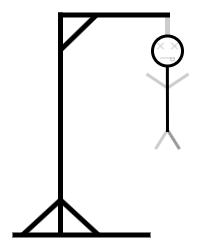
This is Hangman6.png from CubezPlayer/Discord-Bot, a draw.io export, as it was before one commit. Source tidied: cells renumbered, new cells last; positions are measured from the earlier drawing's top-left corner, leaving out a move shared by most shapes. Its diagram source:
```xml
<mxGraphModel>
  <root>
    <mxCell id="0" />
    <mxCell id="1" parent="0" />
    <mxCell id="2" style="endArrow=none;html=1;rounded=0;strokeWidth=3;strokeColor=#999999;" parent="1" edge="1">
      <mxGeometry relative="1" as="geometry">
        <mxPoint x="155" y="117.5" as="sourcePoint" />
        <mxPoint x="167" y="136.5" as="targetPoint" />
      </mxGeometry>
    </mxCell>
    <mxCell id="3" style="endArrow=none;html=1;rounded=0;strokeWidth=3;strokeColor=#CCCCCC;" parent="1" edge="1">
      <mxGeometry relative="1" as="geometry">
        <mxPoint x="155" y="117.5" as="sourcePoint" />
        <mxPoint x="143" y="136.5" as="targetPoint" />
      </mxGeometry>
    </mxCell>
    <mxCell id="4" style="endArrow=none;html=1;rounded=0;strokeWidth=3;strokeColor=#CCCCCC;" parent="1" edge="1">
      <mxGeometry relative="1" as="geometry">
        <mxPoint x="155" y="75.5" as="sourcePoint" />
        <mxPoint x="176" y="61.5" as="targetPoint" />
      </mxGeometry>
    </mxCell>
    <mxCell id="5" style="endArrow=none;html=1;rounded=0;strokeWidth=3;strokeColor=#CCCCCC;" parent="1" edge="1">
      <mxGeometry relative="1" as="geometry">
        <mxPoint x="155" y="75.5" as="sourcePoint" />
        <mxPoint x="134" y="61.5" as="targetPoint" />
      </mxGeometry>
    </mxCell>
    <mxCell id="6" style="endArrow=none;html=1;rounded=0;strokeWidth=5;" parent="1" edge="1">
      <mxGeometry relative="1" as="geometry">
        <mxPoint y="222.5" as="sourcePoint" />
        <mxPoint x="138" y="222.5" as="targetPoint" />
      </mxGeometry>
    </mxCell>
    <mxCell id="7" style="endArrow=none;html=1;rounded=0;strokeWidth=5;" parent="1" edge="1">
      <mxGeometry relative="1" as="geometry">
        <mxPoint x="48" as="sourcePoint" />
        <mxPoint x="48" y="222.5" as="targetPoint" />
      </mxGeometry>
    </mxCell>
    <mxCell id="8" style="endArrow=none;html=1;rounded=0;strokeWidth=5;strokeColor=#CCCCCC;" parent="1" edge="1">
      <mxGeometry relative="1" as="geometry">
        <mxPoint x="155" y="2.5" as="sourcePoint" />
        <mxPoint x="155" y="22.5" as="targetPoint" />
      </mxGeometry>
    </mxCell>
    <mxCell id="9" style="endArrow=none;html=1;rounded=0;strokeWidth=5;" parent="1" edge="1">
      <mxGeometry relative="1" as="geometry">
        <mxPoint x="46" y="2.5" as="sourcePoint" />
        <mxPoint x="157.5" y="2.5" as="targetPoint" />
      </mxGeometry>
    </mxCell>
    <mxCell id="10" style="ellipse;whiteSpace=wrap;html=1;strokeWidth=3;fillColor=none;" parent="1" vertex="1">
      <mxGeometry x="140" y="23.5" width="30" height="30" as="geometry" />
    </mxCell>
    <mxCell id="11" style="endArrow=none;html=1;rounded=0;strokeWidth=3;" parent="1" edge="1">
      <mxGeometry relative="1" as="geometry">
        <mxPoint x="155" y="119.5" as="sourcePoint" />
        <mxPoint x="154.9" y="53.5" as="targetPoint" />
      </mxGeometry>
    </mxCell>
    <mxCell id="12" style="group;rotation=-45;" parent="1" vertex="1">
      <mxGeometry x="144" y="29.5" width="8" height="8" as="geometry" />
    </mxCell>
    <mxCell id="13" style="endArrow=none;html=1;rounded=0;strokeColor=#CCCCCC;" parent="12" edge="1">
      <mxGeometry relative="1" as="geometry">
        <mxPoint x="7" y="7" as="sourcePoint" />
        <mxPoint x="1" y="1" as="targetPoint" />
      </mxGeometry>
    </mxCell>
    <mxCell id="14" style="endArrow=none;html=1;rounded=0;strokeColor=#CCCCCC;" parent="12" edge="1">
      <mxGeometry relative="1" as="geometry">
        <mxPoint x="7" y="1" as="sourcePoint" />
        <mxPoint x="1" y="7" as="targetPoint" />
      </mxGeometry>
    </mxCell>
    <mxCell id="15" style="group;rotation=-45;" parent="1" vertex="1">
      <mxGeometry x="158" y="29.5" width="8" height="8" as="geometry" />
    </mxCell>
    <mxCell id="16" style="endArrow=none;html=1;rounded=0;strokeColor=#CCCCCC;" parent="15" edge="1">
      <mxGeometry relative="1" as="geometry">
        <mxPoint x="7" y="7" as="sourcePoint" />
        <mxPoint x="1" y="1" as="targetPoint" />
      </mxGeometry>
    </mxCell>
    <mxCell id="17" style="endArrow=none;html=1;rounded=0;strokeColor=#CCCCCC;" parent="15" edge="1">
      <mxGeometry relative="1" as="geometry">
        <mxPoint x="7" y="1" as="sourcePoint" />
        <mxPoint x="1" y="7" as="targetPoint" />
      </mxGeometry>
    </mxCell>
    <mxCell id="18" style="endArrow=none;html=1;rounded=1;curved=0;strokeColor=#CCCCCC;" parent="1" edge="1">
      <mxGeometry relative="1" as="geometry">
        <mxPoint x="147.5" y="45.5" as="sourcePoint" />
        <mxPoint x="162.5" y="45.5" as="targetPoint" />
      </mxGeometry>
    </mxCell>
    <mxCell id="19" style="shape=or;whiteSpace=wrap;html=1;rotation=90;fillColor=none;strokeColor=#CCCCCC;" parent="1" vertex="1">
      <mxGeometry x="158.5" y="45" width="3" height="4" as="geometry" />
    </mxCell>
    <mxCell id="20" style="endArrow=none;html=1;rounded=0;strokeWidth=5;" parent="1" edge="1">
      <mxGeometry relative="1" as="geometry">
        <mxPoint x="84" y="2.5" as="sourcePoint" />
        <mxPoint x="48" y="37.5" as="targetPoint" />
      </mxGeometry>
    </mxCell>
    <mxCell id="21" style="endArrow=none;html=1;rounded=0;strokeWidth=5;" parent="1" edge="1">
      <mxGeometry relative="1" as="geometry">
        <mxPoint x="48" y="187.5" as="sourcePoint" />
        <mxPoint x="86" y="222.5" as="targetPoint" />
      </mxGeometry>
    </mxCell>
    <mxCell id="22" style="endArrow=none;html=1;rounded=0;strokeWidth=5;" parent="1" edge="1">
      <mxGeometry relative="1" as="geometry">
        <mxPoint x="10" y="222.5" as="sourcePoint" />
        <mxPoint x="48" y="187.5" as="targetPoint" />
      </mxGeometry>
    </mxCell>
  </root>
</mxGraphModel>
```
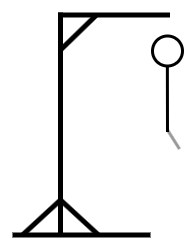
After the change.

What changed in the source:
```diff
@@ -2,119 +2,56 @@
   <root>
     <mxCell id="0" />
     <mxCell id="1" parent="0" />
-    <mxCell id="2" style="endArrow=none;html=1;rounded=0;strokeWidth=3;strokeColor=#999999;" parent="1" edge="1">
-      <mxGeometry relative="1" as="geometry">
-        <mxPoint x="155" y="117.5" as="sourcePoint" />
-        <mxPoint x="167" y="136.5" as="targetPoint" />
-      </mxGeometry>
+    <mxCell id="2" style="ellipse;whiteSpace=wrap;html=1;strokeWidth=3;fillColor=none;" parent="1" vertex="1">
+      <mxGeometry x="140" y="23.5" width="30" height="30" as="geometry" />
     </mxCell>
-    <mxCell id="3" style="endArrow=none;html=1;rounded=0;strokeWidth=3;strokeColor=#CCCCCC;" parent="1" edge="1">
+    <mxCell id="3" style="endArrow=none;html=1;rounded=0;strokeWidth=3;strokeColor=#999999;" parent="1" edge="1">
       <mxGeometry relative="1" as="geometry">
         <mxPoint x="155" y="117.5" as="sourcePoint" />
-        <mxPoint x="143" y="136.5" as="targetPoint" />
+        <mxPoint x="167" y="136.5" as="targetPoint" />
       </mxGeometry>
     </mxCell>
-    <mxCell id="4" style="endArrow=none;html=1;rounded=0;strokeWidth=3;strokeColor=#CCCCCC;" parent="1" edge="1">
+    <mxCell id="4" style="endArrow=none;html=1;rounded=0;strokeWidth=5;" parent="1" edge="1">
       <mxGeometry relative="1" as="geometry">
-        <mxPoint x="155" y="75.5" as="sourcePoint" />
-        <mxPoint x="176" y="61.5" as="targetPoint" />
+        <mxPoint y="222.5" as="sourcePoint" />
+        <mxPoint x="138" y="222.5" as="targetPoint" />
       </mxGeometry>
     </mxCell>
-    <mxCell id="5" style="endArrow=none;html=1;rounded=0;strokeWidth=3;strokeColor=#CCCCCC;" parent="1" edge="1">
+    <mxCell id="5" style="endArrow=none;html=1;rounded=0;strokeWidth=5;" parent="1" edge="1">
       <mxGeometry relative="1" as="geometry">
-        <mxPoint x="155" y="75.5" as="sourcePoint" />
-        <mxPoint x="134" y="61.5" as="targetPoint" />
+        <mxPoint x="48" as="sourcePoint" />
+        <mxPoint x="48" y="222.5" as="targetPoint" />
       </mxGeometry>
     </mxCell>
     <mxCell id="6" style="endArrow=none;html=1;rounded=0;strokeWidth=5;" parent="1" edge="1">
       <mxGeometry relative="1" as="geometry">
-        <mxPoint y="222.5" as="sourcePoint" />
-        <mxPoint x="138" y="222.5" as="targetPoint" />
+        <mxPoint x="46" y="2.5" as="sourcePoint" />
+        <mxPoint x="157.5" y="2.5" as="targetPoint" />
       </mxGeometry>
     </mxCell>
-    <mxCell id="7" style="endArrow=none;html=1;rounded=0;strokeWidth=5;" parent="1" edge="1">
+    <mxCell id="7" style="endArrow=none;html=1;rounded=0;strokeWidth=3;" parent="1" edge="1">
       <mxGeometry relative="1" as="geometry">
-        <mxPoint x="48" as="sourcePoint" />
-        <mxPoint x="48" y="222.5" as="targetPoint" />
+        <mxPoint x="155" y="119.5" as="sourcePoint" />
+        <mxPoint x="154.9" y="53.5" as="targetPoint" />
       </mxGeometry>
     </mxCell>
-    <mxCell id="8" style="endArrow=none;html=1;rounded=0;strokeWidth=5;strokeColor=#CCCCCC;" parent="1" edge="1">
+    <mxCell id="8" style="endArrow=none;html=1;rounded=0;strokeWidth=5;" parent="1" edge="1">
       <mxGeometry relative="1" as="geometry">
-        <mxPoint x="155" y="2.5" as="sourcePoint" />
-        <mxPoint x="155" y="22.5" as="targetPoint" />
+        <mxPoint x="84" y="2.5" as="sourcePoint" />
+        <mxPoint x="48" y="37.5" as="targetPoint" />
       </mxGeometry>
     </mxCell>
     <mxCell id="9" style="endArrow=none;html=1;rounded=0;strokeWidth=5;" parent="1" edge="1">
       <mxGeometry relative="1" as="geometry">
-        <mxPoint x="46" y="2.5" as="sourcePoint" />
-        <mxPoint x="157.5" y="2.5" as="targetPoint" />
+        <mxPoint x="48" y="187.5" as="sourcePoint" />
+        <mxPoint x="86" y="222.5" as="targetPoint" />
       </mxGeometry>
     </mxCell>
-    <mxCell id="10" style="ellipse;whiteSpace=wrap;html=1;strokeWidth=3;fillColor=none;" parent="1" vertex="1">
-      <mxGeometry x="140" y="23.5" width="30" height="30" as="geometry" />
+    <mxCell id="10" style="endArrow=none;html=1;rounded=0;strokeWidth=5;" parent="1" edge="1">
+      <mxGeometry relative="1" as="geometry">
+        <mxPoint x="10" y="222.5" as="sourcePoint" />
+        <mxPoint x="48" y="187.5" as="targetPoint" />
+      </mxGeometry>
     </mxCell>
-    <mxCell id="11" style="endArrow=none;html=1;rounded=0;strokeWidth=3;" parent="1" edge="1">
-      <mxGeometry relative="1" as="geometry">
-        <mxPoint x="155" y="119.5" as="sourcePoint" />
-        <mxPoint x="154.9" y="53.5" as="targetPoint" />
-      </mxGeometry>
-    </mxCell>
-    <mxCell id="12" style="group;rotation=-45;" parent="1" vertex="1">
-      <mxGeometry x="144" y="29.5" width="8" height="8" as="geometry" />
-    </mxCell>
-    <mxCell id="13" style="endArrow=none;html=1;rounded=0;strokeColor=#CCCCCC;" parent="12" edge="1">
-      <mxGeometry relative="1" as="geometry">
-        <mxPoint x="7" y="7" as="sourcePoint" />
-        <mxPoint x="1" y="1" as="targetPoint" />
-      </mxGeometry>
-    </mxCell>
-    <mxCell id="14" style="endArrow=none;html=1;rounded=0;strokeColor=#CCCCCC;" parent="12" edge="1">
-      <mxGeometry relative="1" as="geometry">
-        <mxPoint x="7" y="1" as="sourcePoint" />
-        <mxPoint x="1" y="7" as="targetPoint" />
-      </mxGeometry>
-    </mxCell>
-    <mxCell id="15" style="group;rotation=-45;" parent="1" vertex="1">
-      <mxGeometry x="158" y="29.5" width="8" height="8" as="geometry" />
-    </mxCell>
-    <mxCell id="16" style="endArrow=none;html=1;rounded=0;strokeColor=#CCCCCC;" parent="15" edge="1">
-      <mxGeometry relative="1" as="geometry">
-        <mxPoint x="7" y="7" as="sourcePoint" />
-        <mxPoint x="1" y="1" as="targetPoint" />
-      </mxGeometry>
-    </mxCell>
-    <mxCell id="17" style="endArrow=none;html=1;rounded=0;strokeColor=#CCCCCC;" parent="15" edge="1">
-      <mxGeometry relative="1" as="geometry">
-        <mxPoint x="7" y="1" as="sourcePoint" />
-        <mxPoint x="1" y="7" as="targetPoint" />
-      </mxGeometry>
-    </mxCell>
-    <mxCell id="18" style="endArrow=none;html=1;rounded=1;curved=0;strokeColor=#CCCCCC;" parent="1" edge="1">
-      <mxGeometry relative="1" as="geometry">
-        <mxPoint x="147.5" y="45.5" as="sourcePoint" />
-        <mxPoint x="162.5" y="45.5" as="targetPoint" />
-      </mxGeometry>
-    </mxCell>
-    <mxCell id="19" style="shape=or;whiteSpace=wrap;html=1;rotation=90;fillColor=none;strokeColor=#CCCCCC;" parent="1" vertex="1">
-      <mxGeometry x="158.5" y="45" width="3" height="4" as="geometry" />
-    </mxCell>
-    <mxCell id="20" style="endArrow=none;html=1;rounded=0;strokeWidth=5;" parent="1" edge="1">
-      <mxGeometry relative="1" as="geometry">
-        <mxPoint x="84" y="2.5" as="sourcePoint" />
-        <mxPoint x="48" y="37.5" as="targetPoint" />
-      </mxGeometry>
-    </mxCell>
-    <mxCell id="21" style="endArrow=none;html=1;rounded=0;strokeWidth=5;" parent="1" edge="1">
-      <mxGeometry relative="1" as="geometry">
-        <mxPoint x="48" y="187.5" as="sourcePoint" />
-        <mxPoint x="86" y="222.5" as="targetPoint" />
-      </mxGeometry>
-    </mxCell>
-    <mxCell id="22" style="endArrow=none;html=1;rounded=0;strokeWidth=5;" parent="1" edge="1">
-      <mxGeometry relative="1" as="geometry">
-        <mxPoint x="10" y="222.5" as="sourcePoint" />
-        <mxPoint x="48" y="187.5" as="targetPoint" />
-      </mxGeometry>
-    </mxCell>
   </root>
 </mxGraphModel>
```
